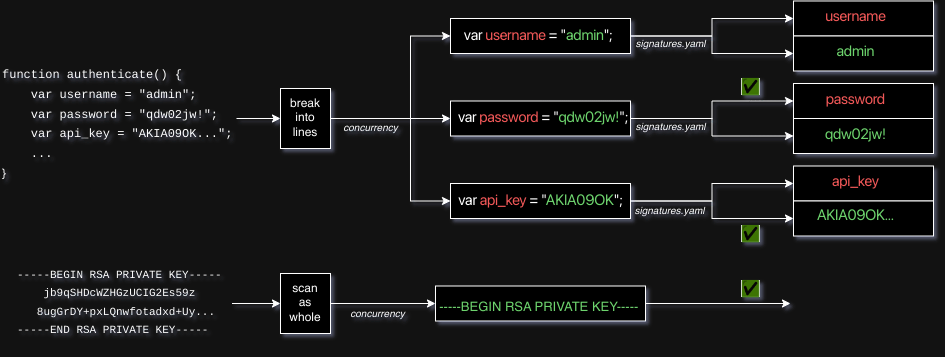
The draw.io diagram media/secretsnitch_variable_scanner.drawio.png in nyxragon/secretsnitch, before a commit. Source tidied: cells renumbered, new cells last; positions are measured from the earlier drawing's top-left corner, leaving out a move shared by most shapes.
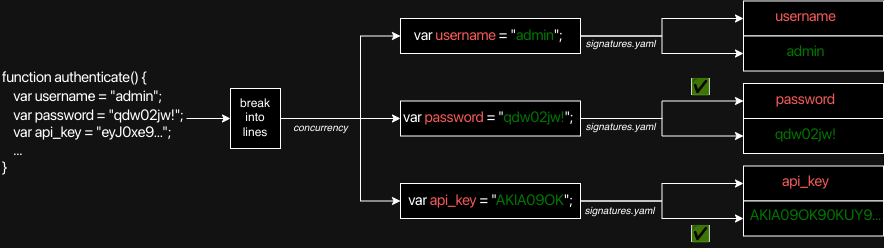
The same diagram one commit later.

Diff of the diagram source:
```diff
@@ -2,8 +2,8 @@
   <root>
     <mxCell id="0" />
     <mxCell id="1" parent="0" />
-    <mxCell id="2" value="&lt;p style=&quot;line-height: 90%;&quot;&gt;&lt;/p&gt;&lt;h1 style=&quot;margin-top: 0px; line-height: 0%; font-size: 25px;&quot;&gt;&lt;font face=&quot;Courier New&quot; style=&quot;font-size: 12px;&quot;&gt;&lt;span style=&quot;font-weight: 400; background-color: initial;&quot;&gt;function authenticate() {&lt;/span&gt;&lt;br&gt;&lt;/font&gt;&lt;/h1&gt;&lt;h1 style=&quot;margin-top: 0px; line-height: 0%; font-size: 25px;&quot;&gt;&lt;font face=&quot;Courier New&quot; style=&quot;font-size: 12px;&quot;&gt;&lt;span style=&quot;font-weight: 400;&quot;&gt;&amp;nbsp; &amp;nbsp;&amp;nbsp;&lt;/span&gt;&lt;span style=&quot;font-weight: 400; background-color: initial;&quot;&gt;var username = &quot;admin&quot;;&lt;/span&gt;&lt;/font&gt;&lt;/h1&gt;&lt;h1 style=&quot;margin-top: 0px; line-height: 0%; font-size: 25px;&quot;&gt;&lt;font face=&quot;Courier New&quot; style=&quot;font-size: 12px;&quot;&gt;&lt;span style=&quot;font-weight: 400; background-color: initial;&quot;&gt;&amp;nbsp; &amp;nbsp; var password = &quot;qdw02jw!&quot;;&lt;/span&gt;&lt;br&gt;&lt;/font&gt;&lt;/h1&gt;&lt;h1 style=&quot;margin-top: 0px; line-height: 0%; font-size: 25px;&quot;&gt;&lt;span style=&quot;font-weight: 400; background-color: initial; font-size: 12px;&quot;&gt;&lt;font face=&quot;Courier New&quot; style=&quot;font-size: 12px;&quot;&gt;&amp;nbsp; &amp;nbsp; var api_key = &quot;AKIA09OK...&quot;;&lt;/font&gt;&lt;/span&gt;&lt;/h1&gt;&lt;h1 style=&quot;margin-top: 0px; line-height: 0%; font-size: 25px;&quot;&gt;&lt;font face=&quot;Courier New&quot; style=&quot;font-size: 12px;&quot;&gt;&lt;span style=&quot;font-weight: 400;&quot;&gt;&amp;nbsp; &amp;nbsp; ...&lt;/span&gt;&lt;/font&gt;&lt;/h1&gt;&lt;h1 style=&quot;margin-top: 0px; line-height: 0%; font-size: 25px;&quot;&gt;&lt;font face=&quot;r_fti3OXU7wtXTSby7vk&quot; style=&quot;font-size: 12px;&quot;&gt;&lt;span style=&quot;font-weight: 400;&quot;&gt;}&lt;/span&gt;&lt;/font&gt;&lt;/h1&gt;&lt;p&gt;&lt;/p&gt;" style="text;html=1;whiteSpace=wrap;overflow=hidden;rounded=0;" parent="1" vertex="1">
-      <mxGeometry y="52" width="236" height="130" as="geometry" />
+    <mxCell id="2" value="&lt;h1 style=&quot;margin-top: 0px; line-height: 0%;&quot;&gt;&lt;br&gt;&lt;/h1&gt;&lt;h1 style=&quot;margin-top: 0px; line-height: 0%;&quot;&gt;&lt;font face=&quot;aAvq1E3ECTA7th5gryZn&quot; size=&quot;1&quot;&gt;&lt;span style=&quot;font-weight: 400;&quot;&gt;function authenticate() {&lt;/span&gt;&lt;/font&gt;&lt;/h1&gt;&lt;h1 style=&quot;margin-top: 0px; line-height: 0%;&quot;&gt;&lt;font face=&quot;aAvq1E3ECTA7th5gryZn&quot;&gt;&lt;font size=&quot;1&quot;&gt;&lt;span style=&quot;font-weight: 400;&quot;&gt;&amp;nbsp; &amp;nbsp;&amp;nbsp;&lt;/span&gt;&lt;/font&gt;&lt;span style=&quot;font-weight: 400; font-size: x-small; background-color: initial;&quot;&gt;var username = &quot;admin&quot;;&lt;/span&gt;&lt;/font&gt;&lt;/h1&gt;&lt;h1 style=&quot;margin-top: 0px; line-height: 0px;&quot;&gt;&lt;font face=&quot;aAvq1E3ECTA7th5gryZn&quot;&gt;&lt;span style=&quot;font-weight: 400; font-size: x-small; background-color: initial;&quot;&gt;&amp;nbsp; &amp;nbsp; var password = &quot;qdw02jw!&quot;;&lt;/span&gt;&lt;br&gt;&lt;/font&gt;&lt;/h1&gt;&lt;h1 style=&quot;margin-top: 0px; line-height: 0px;&quot;&gt;&lt;span style=&quot;font-weight: 400; font-size: x-small; background-color: initial;&quot;&gt;&lt;font face=&quot;aAvq1E3ECTA7th5gryZn&quot;&gt;&amp;nbsp; &amp;nbsp; var api_key = &quot;eyJ0xe9...&quot;;&lt;/font&gt;&lt;/span&gt;&lt;/h1&gt;&lt;h1 style=&quot;margin-top: 0px; line-height: 0%;&quot;&gt;&lt;font face=&quot;aAvq1E3ECTA7th5gryZn&quot; size=&quot;1&quot;&gt;&lt;span style=&quot;font-weight: 400;&quot;&gt;&amp;nbsp; &amp;nbsp; ...&lt;/span&gt;&lt;/font&gt;&lt;/h1&gt;&lt;h1 style=&quot;margin-top: 0px; line-height: 0%;&quot;&gt;&lt;font face=&quot;aAvq1E3ECTA7th5gryZn&quot; size=&quot;1&quot;&gt;&lt;span style=&quot;font-weight: 400;&quot;&gt;}&lt;/span&gt;&lt;/font&gt;&lt;/h1&gt;" style="text;html=1;whiteSpace=wrap;overflow=hidden;rounded=0;" parent="1" vertex="1">
+      <mxGeometry x="50" y="52" width="186" height="130" as="geometry" />
     </mxCell>
     <mxCell id="3" style="edgeStyle=orthogonalEdgeStyle;rounded=0;jettySize=auto;html=1;exitX=1;exitY=0.5;exitDx=0;exitDy=0;entryX=0;entryY=0.5;entryDx=0;entryDy=0;" parent="1" edge="1" source="6" target="10">
       <mxGeometry relative="1" as="geometry">
@@ -36,7 +36,7 @@
     <mxCell id="9" style="edgeStyle=orthogonalEdgeStyle;rounded=0;jettySize=auto;html=1;exitX=1;exitY=0.5;exitDx=0;exitDy=0;entryX=0;entryY=0.5;entryDx=0;entryDy=0;" parent="1" edge="1" source="10" target="18">
       <mxGeometry relative="1" as="geometry" />
     </mxCell>
-    <mxCell id="10" value="&lt;h1 style=&quot;text-align: left; margin-top: 0px; line-height: 0px;&quot;&gt;&lt;font face=&quot;aAvq1E3ECTA7th5gryZn&quot;&gt;&lt;font size=&quot;1&quot;&gt;&lt;span style=&quot;font-weight: 400;&quot;&gt;&amp;nbsp; &amp;nbsp;&amp;nbsp;&lt;/span&gt;&lt;/font&gt;&lt;span style=&quot;font-weight: 400; font-size: x-small; background-color: initial;&quot;&gt;var &lt;font color=&quot;#ff6666&quot;&gt;username&lt;/font&gt; = &quot;&lt;font color=&quot;#006600&quot;&gt;admin&lt;/font&gt;&quot;;&lt;/span&gt;&lt;/font&gt;&lt;/h1&gt;" style="rounded=0;whiteSpace=wrap;html=1;spacingLeft=-15;spacingBottom=-10;" parent="1" vertex="1">
+    <mxCell id="10" value="&lt;h1 style=&quot;text-align: left; margin-top: 0px; line-height: 0px;&quot;&gt;&lt;font face=&quot;aAvq1E3ECTA7th5gryZn&quot;&gt;&lt;font size=&quot;1&quot;&gt;&lt;span style=&quot;font-weight: 400;&quot;&gt;&amp;nbsp; &amp;nbsp;&amp;nbsp;&lt;/span&gt;&lt;/font&gt;&lt;span style=&quot;font-weight: 400; font-size: x-small; background-color: initial;&quot;&gt;var &lt;font color=&quot;#ff6666&quot;&gt;username&lt;/font&gt; = &quot;&lt;font color=&quot;#33ff33&quot;&gt;admin&lt;/font&gt;&quot;;&lt;/span&gt;&lt;/font&gt;&lt;/h1&gt;" style="rounded=0;whiteSpace=wrap;html=1;spacingLeft=-15;spacingBottom=-10;" parent="1" vertex="1">
       <mxGeometry x="450" y="17" width="180" height="35" as="geometry" />
     </mxCell>
     <mxCell id="11" style="edgeStyle=orthogonalEdgeStyle;rounded=0;jettySize=auto;html=1;exitX=1;exitY=0.5;exitDx=0;exitDy=0;entryX=0;entryY=0.5;entryDx=0;entryDy=0;" parent="1" edge="1" source="13" target="21">
@@ -45,7 +45,7 @@
     <mxCell id="12" style="edgeStyle=orthogonalEdgeStyle;rounded=0;jettySize=auto;html=1;exitX=1;exitY=0.5;exitDx=0;exitDy=0;entryX=0;entryY=0.5;entryDx=0;entryDy=0;" parent="1" edge="1" source="13" target="22">
       <mxGeometry relative="1" as="geometry" />
     </mxCell>
-    <mxCell id="13" value="&lt;h1 style=&quot;margin-top: 0px; line-height: 0px;&quot;&gt;&lt;span style=&quot;font-weight: 400; font-size: x-small; background-color: initial;&quot;&gt;&lt;font face=&quot;aAvq1E3ECTA7th5gryZn&quot;&gt;&amp;nbsp; &amp;nbsp; var &lt;font color=&quot;#ff6666&quot;&gt;api_key&lt;/font&gt; = &quot;&lt;font color=&quot;#006600&quot;&gt;AKIA09OK&lt;/font&gt;&quot;;&lt;/font&gt;&lt;/span&gt;&lt;/h1&gt;" style="rounded=0;whiteSpace=wrap;html=1;align=left;spacingLeft=-5;spacingBottom=-15;" parent="1" vertex="1">
+    <mxCell id="13" value="&lt;h1 style=&quot;margin-top: 0px; line-height: 0px;&quot;&gt;&lt;span style=&quot;font-weight: 400; font-size: x-small; background-color: initial;&quot;&gt;&lt;font face=&quot;aAvq1E3ECTA7th5gryZn&quot;&gt;&amp;nbsp; &amp;nbsp; var &lt;font color=&quot;#ff6666&quot;&gt;api_key&lt;/font&gt; = &quot;&lt;font color=&quot;#33ff33&quot;&gt;AKIA09OK&lt;/font&gt;&quot;;&lt;/font&gt;&lt;/span&gt;&lt;/h1&gt;" style="rounded=0;whiteSpace=wrap;html=1;align=left;spacingLeft=-5;spacingBottom=-15;" parent="1" vertex="1">
       <mxGeometry x="450" y="182" width="180" height="35" as="geometry" />
     </mxCell>
     <mxCell id="14" style="edgeStyle=orthogonalEdgeStyle;rounded=0;jettySize=auto;html=1;exitX=1;exitY=0.5;exitDx=0;exitDy=0;entryX=0;entryY=0.5;entryDx=0;entryDy=0;" parent="1" edge="1" source="16" target="19">
@@ -54,25 +54,25 @@
     <mxCell id="15" style="edgeStyle=orthogonalEdgeStyle;rounded=0;jettySize=auto;html=1;exitX=1;exitY=0.5;exitDx=0;exitDy=0;entryX=0;entryY=0.5;entryDx=0;entryDy=0;" parent="1" edge="1" source="16" target="20">
       <mxGeometry relative="1" as="geometry" />
     </mxCell>
-    <mxCell id="16" value="&lt;h1 style=&quot;margin-top: 0px; line-height: 0px;&quot;&gt;&lt;font face=&quot;aAvq1E3ECTA7th5gryZn&quot;&gt;&lt;span style=&quot;font-weight: 400; font-size: x-small; background-color: initial;&quot;&gt;&amp;nbsp; &amp;nbsp; var &lt;font color=&quot;#ff6666&quot;&gt;password&lt;/font&gt; = &quot;&lt;/span&gt;&lt;/font&gt;&lt;span style=&quot;font-weight: 400; font-family: aAvq1E3ECTA7th5gryZn; font-size: x-small; background-color: initial;&quot;&gt;&lt;font color=&quot;#006600&quot;&gt;qdw02jw!&lt;/font&gt;&lt;/span&gt;&lt;span style=&quot;background-color: initial; font-size: x-small; font-weight: 400; font-family: aAvq1E3ECTA7th5gryZn;&quot;&gt;&quot;;&lt;/span&gt;&lt;/h1&gt;" style="rounded=0;whiteSpace=wrap;html=1;spacingLeft=-15;spacingBottom=-10;align=right;" parent="1" vertex="1">
+    <mxCell id="16" value="&lt;h1 style=&quot;text-align: left; margin-top: 0px; line-height: 0px;&quot;&gt;&lt;font face=&quot;aAvq1E3ECTA7th5gryZn&quot;&gt;&lt;span style=&quot;font-weight: 400; font-size: x-small; background-color: initial;&quot;&gt;&amp;nbsp; &amp;nbsp; var &lt;font color=&quot;#ff6666&quot;&gt;password&lt;/font&gt; = &quot;&lt;/span&gt;&lt;/font&gt;&lt;span style=&quot;font-weight: 400; font-family: aAvq1E3ECTA7th5gryZn; font-size: x-small; color: rgb(51, 255, 51); background-color: initial;&quot;&gt;qdw02jw!&lt;/span&gt;&lt;span style=&quot;background-color: initial; font-size: x-small; font-weight: 400; font-family: aAvq1E3ECTA7th5gryZn;&quot;&gt;&quot;;&lt;/span&gt;&lt;/h1&gt;" style="rounded=0;whiteSpace=wrap;html=1;spacingLeft=-15;spacingBottom=-10;" parent="1" vertex="1">
       <mxGeometry x="450" y="99.5" width="180" height="35" as="geometry" />
     </mxCell>
     <mxCell id="17" value="&lt;h1 style=&quot;text-align: left; margin-top: 0px; line-height: 0px;&quot;&gt;&lt;font face=&quot;aAvq1E3ECTA7th5gryZn&quot; size=&quot;1&quot;&gt;&lt;span style=&quot;font-weight: 400;&quot;&gt;username&lt;/span&gt;&lt;/font&gt;&lt;/h1&gt;" style="rounded=0;whiteSpace=wrap;html=1;spacingLeft=-15;spacingBottom=-10;fontColor=#FF6666;" parent="1" vertex="1">
       <mxGeometry x="793" y="-0.5" width="140" height="35" as="geometry" />
     </mxCell>
-    <mxCell id="18" value="&lt;h1 style=&quot;text-align: left; margin-top: 0px; line-height: 0px;&quot;&gt;&lt;font color=&quot;#006600&quot; face=&quot;aAvq1E3ECTA7th5gryZn&quot; size=&quot;1&quot;&gt;&lt;span style=&quot;font-weight: 400;&quot;&gt;admin&lt;/span&gt;&lt;/font&gt;&lt;/h1&gt;" style="rounded=0;whiteSpace=wrap;html=1;spacingLeft=-15;spacingBottom=-10;fontColor=#33FF33;" parent="1" vertex="1">
+    <mxCell id="18" value="&lt;h1 style=&quot;text-align: left; margin-top: 0px; line-height: 0px;&quot;&gt;&lt;font face=&quot;aAvq1E3ECTA7th5gryZn&quot; size=&quot;1&quot;&gt;&lt;span style=&quot;font-weight: 400;&quot;&gt;admin&lt;/span&gt;&lt;/font&gt;&lt;/h1&gt;" style="rounded=0;whiteSpace=wrap;html=1;spacingLeft=-15;spacingBottom=-10;fontColor=#33FF33;" parent="1" vertex="1">
       <mxGeometry x="793" y="34.5" width="140" height="35" as="geometry" />
     </mxCell>
     <mxCell id="19" value="&lt;h1 style=&quot;text-align: left; margin-top: 0px; line-height: 0px;&quot;&gt;&lt;font face=&quot;aAvq1E3ECTA7th5gryZn&quot; size=&quot;1&quot;&gt;&lt;span style=&quot;font-weight: 400;&quot;&gt;password&lt;/span&gt;&lt;/font&gt;&lt;/h1&gt;" style="rounded=0;whiteSpace=wrap;html=1;spacingLeft=-15;spacingBottom=-10;fontColor=#FF6666;" parent="1" vertex="1">
       <mxGeometry x="793" y="82" width="140" height="35" as="geometry" />
     </mxCell>
-    <mxCell id="20" value="&lt;h1 style=&quot;text-align: left; margin-top: 0px; line-height: 0px;&quot;&gt;&lt;font color=&quot;#006600&quot; face=&quot;aAvq1E3ECTA7th5gryZn&quot; size=&quot;1&quot;&gt;&lt;span style=&quot;font-weight: 400;&quot;&gt;qdw02jw!&lt;/span&gt;&lt;/font&gt;&lt;/h1&gt;" style="rounded=0;whiteSpace=wrap;html=1;spacingLeft=-15;spacingBottom=-10;fontColor=#33FF33;" parent="1" vertex="1">
+    <mxCell id="20" value="&lt;h1 style=&quot;text-align: left; margin-top: 0px; line-height: 0px;&quot;&gt;&lt;font face=&quot;aAvq1E3ECTA7th5gryZn&quot; size=&quot;1&quot;&gt;&lt;span style=&quot;font-weight: 400;&quot;&gt;qdw02jw!&lt;/span&gt;&lt;/font&gt;&lt;/h1&gt;" style="rounded=0;whiteSpace=wrap;html=1;spacingLeft=-15;spacingBottom=-10;fontColor=#33FF33;" parent="1" vertex="1">
       <mxGeometry x="793" y="117" width="140" height="35" as="geometry" />
     </mxCell>
     <mxCell id="21" value="&lt;h1 style=&quot;text-align: left; margin-top: 0px; line-height: 0px;&quot;&gt;&lt;font size=&quot;1&quot; face=&quot;aAvq1E3ECTA7th5gryZn&quot;&gt;&lt;span style=&quot;font-weight: 400;&quot;&gt;api_key&lt;/span&gt;&lt;/font&gt;&lt;/h1&gt;" style="rounded=0;whiteSpace=wrap;html=1;spacingLeft=-15;spacingBottom=-10;fontColor=#FF6666;" parent="1" vertex="1">
       <mxGeometry x="793" y="164.5" width="140" height="35" as="geometry" />
     </mxCell>
-    <mxCell id="22" value="&lt;h1 style=&quot;margin-top: 0px; line-height: 0px;&quot;&gt;&lt;span style=&quot;font-weight: 400; font-size: x-small; background-color: initial;&quot;&gt;&lt;font color=&quot;#006600&quot; face=&quot;aAvq1E3ECTA7th5gryZn&quot;&gt;AKIA09OK...&lt;/font&gt;&lt;/span&gt;&lt;/h1&gt;" style="rounded=0;whiteSpace=wrap;html=1;spacingLeft=-15;spacingBottom=-10;fontColor=#33FF33;align=center;" parent="1" vertex="1">
+    <mxCell id="22" value="&lt;h1 style=&quot;margin-top: 0px; line-height: 0px;&quot;&gt;&lt;span style=&quot;font-weight: 400; font-size: x-small; background-color: initial;&quot;&gt;&lt;font face=&quot;aAvq1E3ECTA7th5gryZn&quot;&gt;AKIA09OK90KUY9...&lt;/font&gt;&lt;/span&gt;&lt;/h1&gt;" style="rounded=0;whiteSpace=wrap;html=1;spacingLeft=-15;spacingBottom=-10;fontColor=#33FF33;align=right;" parent="1" vertex="1">
       <mxGeometry x="793" y="199.5" width="140" height="35" as="geometry" />
     </mxCell>
     <mxCell id="23" value="&lt;i style=&quot;font-size: 10px;&quot;&gt;concurrency&lt;/i&gt;" style="text;html=1;align=center;verticalAlign=middle;strokeColor=none;fillColor=none;fontSize=10;" parent="1" vertex="1">
@@ -93,31 +93,5 @@
     <mxCell id="28" value="&lt;i style=&quot;font-size: 10px;&quot;&gt;signatures.yaml&lt;/i&gt;" style="text;html=1;align=center;verticalAlign=middle;strokeColor=none;fillColor=none;fontSize=10;" parent="1" vertex="1">
       <mxGeometry x="624" y="194" width="90" height="30" as="geometry" />
     </mxCell>
-    <mxCell id="29" style="edgeStyle=orthogonalEdgeStyle;rounded=0;jettySize=auto;html=1;exitX=1;exitY=0.5;exitDx=0;exitDy=0;entryX=0;entryY=0.5;entryDx=0;entryDy=0;" parent="1" edge="1" source="30" target="32">
-      <mxGeometry relative="1" as="geometry" />
-    </mxCell>
-    <mxCell id="30" value="&lt;h1 style=&quot;margin-top: 0px; line-height: 100%; font-size: 11px;&quot;&gt;&lt;font style=&quot;font-size: 11px; font-weight: normal;&quot;&gt;-----BEGIN RSA PRIVATE KEY-----&lt;/font&gt;&lt;/h1&gt;&lt;h1 style=&quot;margin-top: 0px; line-height: 100%; font-size: 11px;&quot;&gt;&lt;span style=&quot;font-weight: normal; background-color: initial; font-size: 11px;&quot;&gt;&amp;nbsp; &amp;nbsp; jb9qSHDcWZHGzUCIG2Es59z&lt;/span&gt;&lt;/h1&gt;&lt;h1 style=&quot;margin-top: 0px; line-height: 100%; font-size: 11px;&quot;&gt;&lt;span style=&quot;font-weight: normal; background-color: initial; font-size: 11px;&quot;&gt;&amp;nbsp; &amp;nbsp;8ugGrDY+pxLQnwfotadxd+Uy...&lt;/span&gt;&lt;/h1&gt;&lt;h1 style=&quot;margin-top: 0px; line-height: 100%; font-size: 11px;&quot;&gt;&lt;font style=&quot;font-size: 11px; font-weight: normal;&quot;&gt;-----END RSA PRIVATE KEY-----&lt;/font&gt;&lt;/h1&gt;" style="text;html=1;whiteSpace=wrap;overflow=hidden;rounded=0;fontSize=11;fontFamily=Courier New;" parent="1" vertex="1">
-      <mxGeometry x="14.5" y="262" width="217" height="80" as="geometry" />
-    </mxCell>
-    <mxCell id="31" style="edgeStyle=orthogonalEdgeStyle;rounded=0;jettySize=auto;html=1;exitX=1;exitY=0.5;exitDx=0;exitDy=0;entryX=0;entryY=0.5;entryDx=0;entryDy=0;" parent="1" edge="1" source="32" target="34">
-      <mxGeometry relative="1" as="geometry" />
-    </mxCell>
-    <mxCell id="32" value="scan&lt;div&gt;as&lt;/div&gt;&lt;div&gt;whole&lt;/div&gt;" style="rounded=0;whiteSpace=wrap;html=1;" parent="1" vertex="1">
-      <mxGeometry x="280" y="272" width="50" height="60" as="geometry" />
-    </mxCell>
-    <mxCell id="33" style="edgeStyle=orthogonalEdgeStyle;rounded=0;jettySize=auto;html=1;exitX=1;exitY=0.5;exitDx=0;exitDy=0;" parent="1" edge="1" source="34">
-      <mxGeometry relative="1" as="geometry">
-        <mxPoint x="790" y="302" as="targetPoint" />
-      </mxGeometry>
-    </mxCell>
-    <mxCell id="34" value="&lt;h1 style=&quot;margin-top: 0px; line-height: 11px; font-size: 13px;&quot;&gt;&lt;font face=&quot;Helvetica&quot; color=&quot;#006600&quot; style=&quot;font-weight: normal; font-size: 13px;&quot;&gt;&amp;nbsp; -----BEGIN RSA PRIVATE KEY-----&lt;/font&gt;&lt;/h1&gt;" style="rounded=0;whiteSpace=wrap;html=1;align=left;spacingLeft=-5;spacingBottom=-15;" parent="1" vertex="1">
-      <mxGeometry x="435" y="284.5" width="210" height="35" as="geometry" />
-    </mxCell>
-    <mxCell id="35" value="&lt;i style=&quot;font-size: 10px;&quot;&gt;concurrency&lt;/i&gt;" style="text;html=1;align=center;verticalAlign=middle;strokeColor=none;fillColor=none;fontSize=10;" parent="1" vertex="1">
-      <mxGeometry x="337" y="297" width="80" height="30" as="geometry" />
-    </mxCell>
-    <mxCell id="36" value="&lt;span style=&quot;color: rgb(205, 205, 205); font-family: &amp;quot;Google Sans&amp;quot;, Arial, sans-serif; font-size: 16px; text-align: start; text-wrap: wrap; background-color: rgb(16, 18, 24);&quot;&gt;✅&lt;/span&gt;" style="text;html=1;align=center;verticalAlign=middle;strokeColor=none;fillColor=none;" parent="1" vertex="1">
-      <mxGeometry x="730" y="272" width="40" height="30" as="geometry" />
-    </mxCell>
   </root>
 </mxGraphModel>
```
